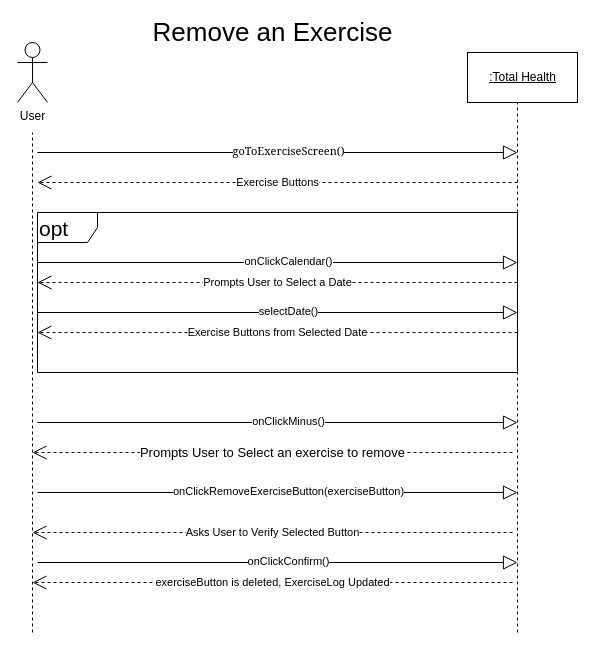
This is SSD - Remove an Exercise.drawio from Esaied19/Team-Albatross, a draw.io file, before an edit. Source tidied: cells renumbered, new cells numbered last; positions are measured from the earlier drawing's top-left corner, leaving out a move shared by most shapes. Both pictures are drawn from the tidied source at 100%, with x=0, y=0 at pixel (17, 22).
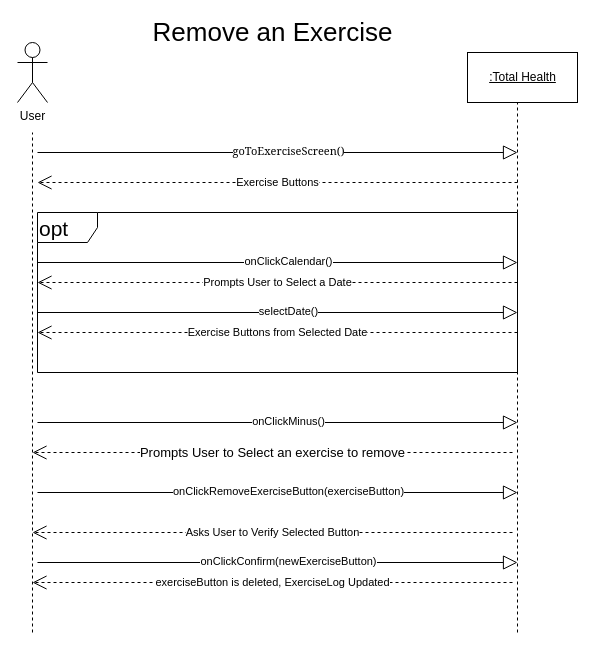
The same diagram, later.

The change refers to these unchanged cells:
```xml
<mxCell id="23" style="endArrow=block;endFill=0;endSize=12;html=1;rounded=0;" parent="1" edge="1">
  <mxGeometry relative="1" as="geometry">
    <mxPoint x="20" y="540" as="sourcePoint" />
    <mxPoint x="500" y="540" as="targetPoint" />
  </mxGeometry>
</mxCell>
```

The edit, as a diff of the source:
```diff
@@
-    <mxCell id="24" value="onClickConfirm()" style="edgeLabel;html=1;align=center;verticalAlign=middle;" parent="23" vertex="1">
+    <mxCell id="24" value="onClickConfirm(newExerciseButton)" style="edgeLabel;html=1;align=center;verticalAlign=middle;" parent="23" vertex="1">
       <mxGeometry x="0.04" y="2" relative="1" as="geometry" />
     </mxCell>
```
